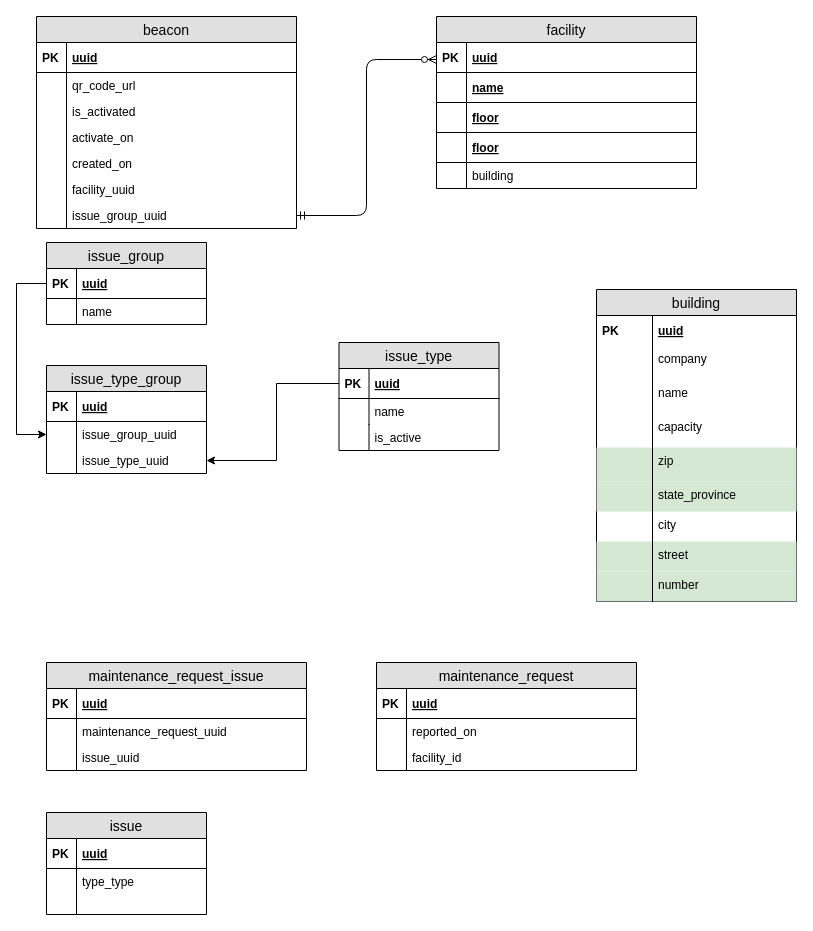
Before: housekeeper-service-erd.drawio in MaslovD/project-zebra-diagrams, a draw.io diagram. Source tidied: cells renumbered, new cells numbered last; positions are measured from the earlier drawing's top-left corner, leaving out a move shared by most shapes. Both pictures are drawn from the tidied source at 100%, with x=0, y=0 at pixel (16, 16).
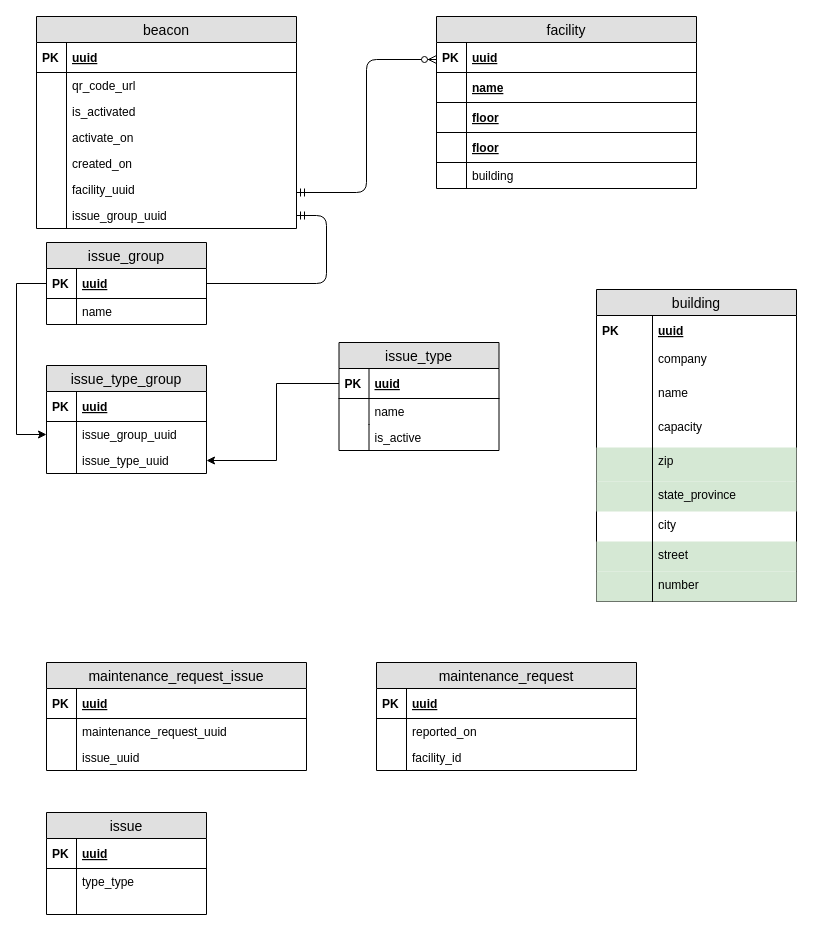
After the change.

Unchanged cells that the change refers to:
```xml
<mxCell id="44" value="facility" style="swimlane;fontStyle=0;horizontal=1;startSize=26;fillColor=#e0e0e0;swimlaneFillColor=#ffffff;align=center;fontSize=14;" parent="1" vertex="1">
  <mxGeometry x="420" width="260" height="172" as="geometry" />
</mxCell>
<mxCell id="66" value="facility_uuid" style="shape=partialRectangle;top=0;left=0;right=0;bottom=0;align=left;verticalAlign=top;fillColor=none;spacingLeft=34;spacingRight=4;overflow=hidden;points=[[0,0.5],[1,0.5]];portConstraint=eastwest;fontSize=12;" parent="55" vertex="1">
  <mxGeometry y="160" width="260" height="26" as="geometry" />
</mxCell>
<mxCell id="68" value="issue_group_uuid" style="shape=partialRectangle;top=0;left=0;right=0;bottom=0;align=left;verticalAlign=top;fillColor=none;spacingLeft=34;spacingRight=4;overflow=hidden;points=[[0,0.5],[1,0.5]];portConstraint=eastwest;fontSize=12;" parent="55" vertex="1">
  <mxGeometry y="186" width="260" height="26" as="geometry" />
</mxCell>
<mxCell id="78" value="uuid" style="shape=partialRectangle;top=0;left=0;right=0;bottom=1;align=left;verticalAlign=middle;fillColor=none;spacingLeft=34;spacingRight=4;overflow=hidden;points=[[0,0.5],[1,0.5]];portConstraint=eastwest;fontStyle=5;fontSize=12;" parent="77" vertex="1">
  <mxGeometry y="26" width="160" height="30" as="geometry" />
</mxCell>
```

What changed in the source:
```diff
@@
-    <mxCell id="91" style="edgeStyle=orthogonalEdgeStyle;fontSize=12;html=1;endArrow=ERzeroToMany;startArrow=ERmandOne;entryX=0;entryY=0.25;entryDx=0;entryDy=0;" parent="1" edge="1" source="68" target="44">
-      <mxGeometry relative="1" as="geometry" />
+    <mxCell id="91" style="edgeStyle=orthogonalEdgeStyle;fontSize=12;html=1;endArrow=ERzeroToMany;startArrow=ERmandOne;entryX=0;entryY=0.25;entryDx=0;entryDy=0;" parent="1" edge="1" source="66" target="44">
+      <mxGeometry relative="1" as="geometry">
+        <Array as="points">
+          <mxPoint x="350" y="176" />
+          <mxPoint x="350" y="43" />
+        </Array>
+      </mxGeometry>
     </mxCell>
+    <mxCell id="92" style="edgeStyle=entityRelationEdgeStyle;fontSize=12;html=1;endArrow=ERmandOne;" parent="1" edge="1" source="78" target="68">
+      <mxGeometry relative="1" as="geometry" />
+    </mxCell>
```
